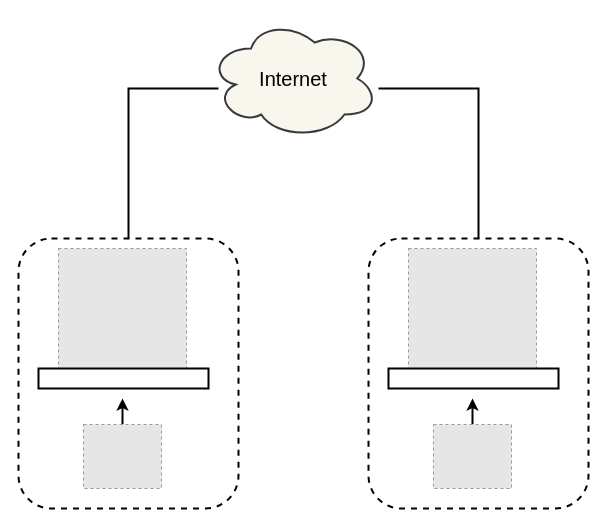
yrdimple/flowChart keeps this draw.io diagram as page "multi 的副本" (5 of 47) of booming/Booming ypwangv6.0 new 104ppt-17.drawio. Above is the earlier version. Source tidied: cells renumbered, new cells numbered last; positions are measured from the earlier drawing's top-left corner, leaving out a move shared by most shapes. Both pictures are drawn from the tidied source at 100%, with x=0, y=0 at pixel (18, 18). Pictures stored in the file or linked from it are replaced by grey dashed boxes.
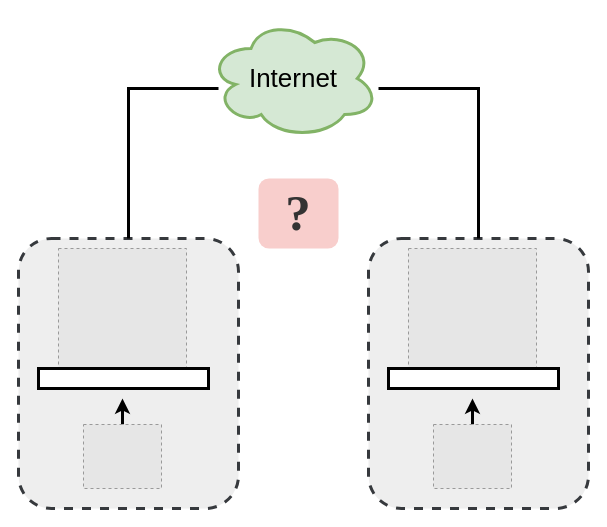
Above is the later version.

Unchanged cells that the change refers to:
```xml
<mxCell id="5" style="fillColor=#E6E6E6;strokeColor=#999999;dashed=1;verticalLabelPosition=bottom;labelBackgroundColor=default;verticalAlign=top;" parent="1" vertex="1">
  <mxGeometry x="65" y="406" width="78" height="64" as="geometry" />
</mxCell>
<mxCell id="11" style="fillColor=#E6E6E6;strokeColor=#999999;dashed=1;verticalLabelPosition=bottom;labelBackgroundColor=default;verticalAlign=top;" parent="1" vertex="1">
  <mxGeometry x="415" y="406" width="78" height="64" as="geometry" />
</mxCell>
```

The edit, as a diff of the source:
```diff
@@
+    <mxCell id="7" style="rounded=1;whiteSpace=wrap;html=1;dashed=1;strokeWidth=3;fillColor=#eeeeee;strokeColor=#36393d;" parent="1" vertex="1">
+      <mxGeometry y="220" width="220" height="270" as="geometry" />
+    </mxCell>
+    <mxCell id="13" style="rounded=1;whiteSpace=wrap;html=1;dashed=1;strokeWidth=3;fillColor=#eeeeee;strokeColor=#36393d;" parent="1" vertex="1">
+      <mxGeometry x="350" y="220" width="220" height="270" as="geometry" />
+    </mxCell>
@@
-    <mxCell id="3" style="rounded=0;whiteSpace=wrap;html=1;strokeWidth=2;" parent="1" vertex="1">
+    <mxCell id="3" style="rounded=0;whiteSpace=wrap;html=1;strokeWidth=3;" parent="1" vertex="1">
       <mxGeometry x="20" y="350" width="170" height="20" as="geometry" />
     </mxCell>
-    <mxCell id="4" style="edgeStyle=orthogonalEdgeStyle;rounded=0;jettySize=auto;html=1;exitX=0.5;exitY=0;exitDx=0;exitDy=0;strokeWidth=2;" parent="1" edge="1" source="5">
+    <mxCell id="4" style="edgeStyle=orthogonalEdgeStyle;rounded=0;jettySize=auto;html=1;exitX=0.5;exitY=0;exitDx=0;exitDy=0;strokeWidth=3;" parent="1" edge="1" source="5">
       <mxGeometry relative="1" as="geometry">
         <mxPoint x="104" y="380" as="targetPoint" />
       </mxGeometry>
     </mxCell>
@@
-    <mxCell id="6" style="edgeStyle=orthogonalEdgeStyle;rounded=0;jettySize=auto;html=1;exitX=0.5;exitY=0;exitDx=0;exitDy=0;fontSize=20;strokeWidth=2;endArrow=none;endFill=0;" parent="1" edge="1" source="7">
+    <mxCell id="6" style="edgeStyle=orthogonalEdgeStyle;rounded=0;jettySize=auto;html=1;exitX=0.5;exitY=0;exitDx=0;exitDy=0;fontSize=20;strokeWidth=3;endArrow=none;endFill=0;" parent="1" edge="1" source="7">
       <mxGeometry relative="1" as="geometry">
         <mxPoint x="200" y="70" as="targetPoint" />
         <Array as="points">
           <mxPoint x="110" y="70" />
         </Array>
       </mxGeometry>
     </mxCell>
-    <mxCell id="7" style="rounded=1;whiteSpace=wrap;html=1;dashed=1;strokeWidth=2;fillColor=none;" parent="1" vertex="1">
-      <mxGeometry y="220" width="220" height="270" as="geometry" />
-    </mxCell>
@@
-    <mxCell id="9" style="rounded=0;whiteSpace=wrap;html=1;strokeWidth=2;" parent="1" vertex="1">
+    <mxCell id="9" style="rounded=0;whiteSpace=wrap;html=1;strokeWidth=3;" parent="1" vertex="1">
       <mxGeometry x="370" y="350" width="170" height="20" as="geometry" />
     </mxCell>
-    <mxCell id="10" style="edgeStyle=orthogonalEdgeStyle;rounded=0;jettySize=auto;html=1;exitX=0.5;exitY=0;exitDx=0;exitDy=0;strokeWidth=2;" parent="1" edge="1" source="11">
+    <mxCell id="10" style="edgeStyle=orthogonalEdgeStyle;rounded=0;jettySize=auto;html=1;exitX=0.5;exitY=0;exitDx=0;exitDy=0;strokeWidth=3;" parent="1" edge="1" source="11">
       <mxGeometry relative="1" as="geometry">
         <mxPoint x="454" y="380" as="targetPoint" />
       </mxGeometry>
     </mxCell>
@@
-    <mxCell id="12" style="edgeStyle=orthogonalEdgeStyle;rounded=0;jettySize=auto;html=1;fontSize=20;endArrow=none;endFill=0;strokeWidth=2;" parent="1" edge="1" source="13">
+    <mxCell id="12" style="edgeStyle=orthogonalEdgeStyle;rounded=0;jettySize=auto;html=1;fontSize=20;endArrow=none;endFill=0;strokeWidth=3;" parent="1" edge="1" source="13">
       <mxGeometry relative="1" as="geometry">
         <mxPoint x="360" y="70" as="targetPoint" />
         <Array as="points">
           <mxPoint x="460" y="70" />
         </Array>
       </mxGeometry>
     </mxCell>
-    <mxCell id="13" style="rounded=1;whiteSpace=wrap;html=1;dashed=1;strokeWidth=2;fillColor=none;" parent="1" vertex="1">
-      <mxGeometry x="350" y="220" width="220" height="270" as="geometry" />
-    </mxCell>
-    <mxCell id="14" value="Internet" style="ellipse;shape=cloud;whiteSpace=wrap;html=1;strokeWidth=2;fillColor=#f9f7ed;strokeColor=#36393d;fontSize=20;" parent="1" vertex="1">
+    <mxCell id="14" value="&lt;font style=&quot;font-size: 26px;&quot;&gt;Internet&lt;/font&gt;" style="ellipse;shape=cloud;whiteSpace=wrap;html=1;strokeWidth=3;fillColor=#d5e8d4;strokeColor=#82b366;fontSize=20;" parent="1" vertex="1">
       <mxGeometry x="190" width="170" height="120" as="geometry" />
     </mxCell>
+    <mxCell id="15" value="&lt;font size=&quot;1&quot; style=&quot;&quot;&gt;&lt;b style=&quot;font-size: 51px;&quot;&gt;?&lt;/b&gt;&lt;/font&gt;" style="rounded=1;whiteSpace=wrap;html=1;fontFamily=Times New Roman;fontSize=20;strokeWidth=3;fillColor=#f8cecc;strokeColor=none;fontColor=#333333;" parent="1" vertex="1">
+      <mxGeometry x="240" y="160" width="80" height="70" as="geometry" />
+    </mxCell>
```
